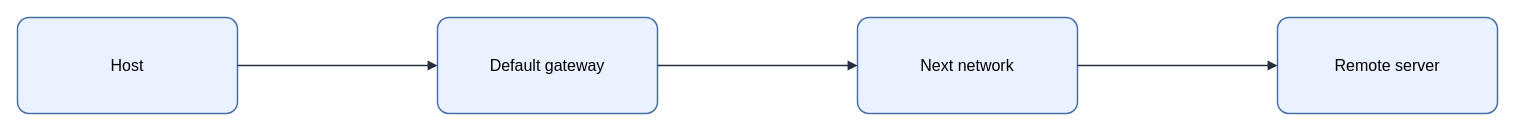
KKamJi98/kkamji98.github.io keeps this draw.io diagram as assets/img/network/default-gateway-forwarding.drawio. Above is the earlier version. Source tidied: cells renumbered, new cells numbered last; positions are measured from the earlier drawing's top-left corner, leaving out a move shared by most shapes. Both pictures are drawn from the tidied source at 100%, with x=0, y=0 at pixel (17, 17).
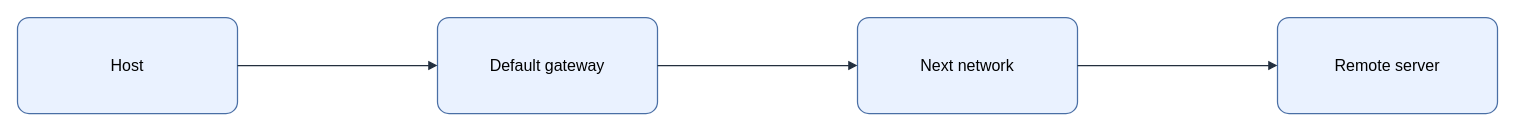
The same diagram, later.

Change to the diagram source:
```diff
@@
 <mxGraphModel background="#FFFFFF">
   <root>
     <mxCell id="0" />
     <mxCell id="1" parent="0" />
-    <mxCell id="2" value="&lt;font style=&quot;color: rgb(0, 0, 0);&quot;&gt;Host&lt;/font&gt;" style="rounded=1;arcSize=12;whiteSpace=wrap;html=1;fillColor=#EAF2FF;strokeColor=#4A6FA5;strokeWidth=1.5;fontColor=#000000;fontSize=16;align=center;verticalAlign=middle;spacing=8;shadow=0;" parent="1" vertex="1">
+    <mxCell id="2" value="Host" style="rounded=1;arcSize=12;whiteSpace=wrap;html=0;fillColor=#EAF2FF;strokeColor=#4A6FA5;strokeWidth=1.25;fontColor=#000000;fontSize=16;align=center;verticalAlign=middle;spacing=8;shadow=0;" parent="1" vertex="1">
       <mxGeometry width="220" height="96" as="geometry" />
     </mxCell>
-    <mxCell id="3" value="&lt;font style=&quot;color: rgb(0, 0, 0);&quot;&gt;Default gateway&lt;/font&gt;" style="rounded=1;arcSize=12;whiteSpace=wrap;html=1;fillColor=#EAF2FF;strokeColor=#4A6FA5;strokeWidth=1.5;fontColor=#000000;fontSize=16;align=center;verticalAlign=middle;spacing=8;shadow=0;" parent="1" vertex="1">
+    <mxCell id="3" value="Default gateway" style="rounded=1;arcSize=12;whiteSpace=wrap;html=0;fillColor=#EAF2FF;strokeColor=#4A6FA5;strokeWidth=1.25;fontColor=#000000;fontSize=16;align=center;verticalAlign=middle;spacing=8;shadow=0;" parent="1" vertex="1">
       <mxGeometry x="420" width="220" height="96" as="geometry" />
     </mxCell>
-    <mxCell id="4" value="&lt;font style=&quot;color: rgb(0, 0, 0);&quot;&gt;Next network&lt;/font&gt;" style="rounded=1;arcSize=12;whiteSpace=wrap;html=1;fillColor=#EAF2FF;strokeColor=#4A6FA5;strokeWidth=1.5;fontColor=#000000;fontSize=16;align=center;verticalAlign=middle;spacing=8;shadow=0;" parent="1" vertex="1">
+    <mxCell id="4" value="Next network" style="rounded=1;arcSize=12;whiteSpace=wrap;html=0;fillColor=#EAF2FF;strokeColor=#4A6FA5;strokeWidth=1.25;fontColor=#000000;fontSize=16;align=center;verticalAlign=middle;spacing=8;shadow=0;" parent="1" vertex="1">
       <mxGeometry x="840" width="220" height="96" as="geometry" />
     </mxCell>
-    <mxCell id="5" value="&lt;font style=&quot;color: rgb(0, 0, 0);&quot;&gt;Remote server&lt;/font&gt;" style="rounded=1;arcSize=12;whiteSpace=wrap;html=1;fillColor=#EAF2FF;strokeColor=#4A6FA5;strokeWidth=1.5;fontColor=#000000;fontSize=16;align=center;verticalAlign=middle;spacing=8;shadow=0;" parent="1" vertex="1">
+    <mxCell id="5" value="Remote server" style="rounded=1;arcSize=12;whiteSpace=wrap;html=0;fillColor=#EAF2FF;strokeColor=#4A6FA5;strokeWidth=1.25;fontColor=#000000;fontSize=16;align=center;verticalAlign=middle;spacing=8;shadow=0;" parent="1" vertex="1">
       <mxGeometry x="1260" width="220" height="96" as="geometry" />
     </mxCell>
-    <mxCell id="6" style="edgeStyle=orthogonalEdgeStyle;rounded=0;jettySize=auto;html=1;endArrow=block;endFill=1;strokeColor=#232F3E;strokeWidth=1.5;fontColor=#000000;labelBackgroundColor=none;exitX=1;exitY=0.5;exitDx=0;exitDy=0;entryX=0;entryY=0.5;entryDx=0;entryDy=0;" parent="1" edge="1" source="2" target="3">
+    <mxCell id="6" style="edgeStyle=orthogonalEdgeStyle;rounded=0;jettySize=auto;html=0;endArrow=block;endFill=1;strokeColor=#232F3E;strokeWidth=1.25;fontColor=#000000;labelBackgroundColor=none;exitX=1;exitY=0.5;exitDx=0;exitDy=0;entryX=0;entryY=0.5;entryDx=0;entryDy=0;" parent="1" edge="1" source="2" target="3">
       <mxGeometry relative="1" as="geometry" />
     </mxCell>
-    <mxCell id="7" style="edgeStyle=orthogonalEdgeStyle;rounded=0;jettySize=auto;html=1;endArrow=block;endFill=1;strokeColor=#232F3E;strokeWidth=1.5;fontColor=#000000;labelBackgroundColor=none;exitX=1;exitY=0.5;exitDx=0;exitDy=0;entryX=0;entryY=0.5;entryDx=0;entryDy=0;" parent="1" edge="1" source="3" target="4">
+    <mxCell id="7" style="edgeStyle=orthogonalEdgeStyle;rounded=0;jettySize=auto;html=0;endArrow=block;endFill=1;strokeColor=#232F3E;strokeWidth=1.25;fontColor=#000000;labelBackgroundColor=none;exitX=1;exitY=0.5;exitDx=0;exitDy=0;entryX=0;entryY=0.5;entryDx=0;entryDy=0;" parent="1" edge="1" source="3" target="4">
       <mxGeometry relative="1" as="geometry" />
     </mxCell>
-    <mxCell id="8" style="edgeStyle=orthogonalEdgeStyle;rounded=0;jettySize=auto;html=1;endArrow=block;endFill=1;strokeColor=#232F3E;strokeWidth=1.5;fontColor=#000000;labelBackgroundColor=none;exitX=1;exitY=0.5;exitDx=0;exitDy=0;entryX=0;entryY=0.5;entryDx=0;entryDy=0;" parent="1" edge="1" source="4" target="5">
+    <mxCell id="8" style="edgeStyle=orthogonalEdgeStyle;rounded=0;jettySize=auto;html=0;endArrow=block;endFill=1;strokeColor=#232F3E;strokeWidth=1.25;fontColor=#000000;labelBackgroundColor=none;exitX=1;exitY=0.5;exitDx=0;exitDy=0;entryX=0;entryY=0.5;entryDx=0;entryDy=0;" parent="1" edge="1" source="4" target="5">
       <mxGeometry relative="1" as="geometry" />
     </mxCell>
   </root>
 </mxGraphModel>
```
